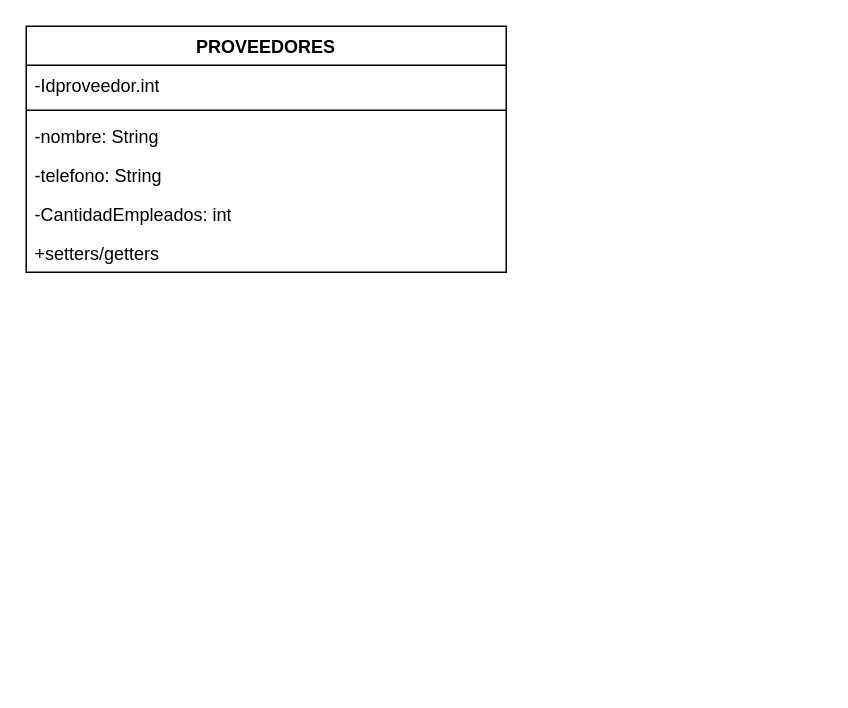
This is Diagrama sin título.drawio from Tzveta44/OctubreBuclesString, a draw.io file, before an edit. Source tidied: cells renumbered, new cells numbered last; positions are measured from the earlier drawing's top-left corner, leaving out a move shared by most shapes. Both pictures are drawn from the tidied source at 150%, with x=0, y=0 at pixel (26, 26).
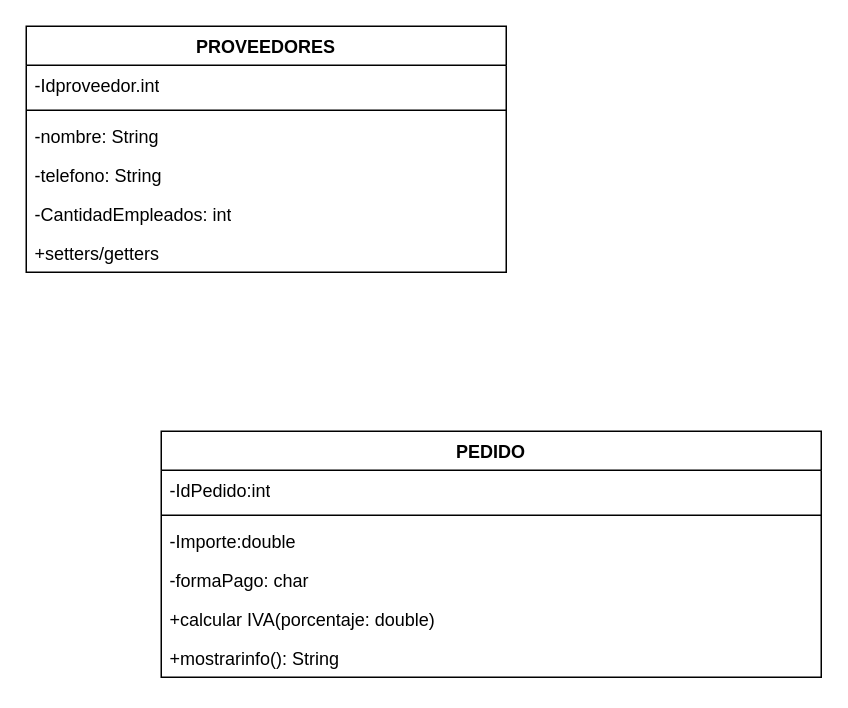
The same diagram, later.

What changed in the source:
```diff
@@
 <mxGraphModel>
   <root>
     <mxCell id="0" />
     <mxCell id="1" parent="0" />
     <mxCell id="2" value="PROVEEDORES" style="swimlane;fontStyle=1;align=center;verticalAlign=top;horizontal=1;startSize=26;whiteSpace=wrap;html=1;" parent="1" vertex="1">
       <mxGeometry width="320" height="164" as="geometry" />
     </mxCell>
     <mxCell id="3" value="-Idproveedor.int" style="text;strokeColor=none;fillColor=none;align=left;verticalAlign=top;spacingLeft=4;spacingRight=4;overflow=hidden;whiteSpace=wrap;html=1;" parent="2" vertex="1">
       <mxGeometry y="26" width="320" height="26" as="geometry" />
     </mxCell>
     <mxCell id="4" style="line;strokeWidth=1;fillColor=none;align=left;verticalAlign=middle;spacingTop=-1;spacingLeft=3;spacingRight=3;labelPosition=right;strokeColor=inherit;" parent="2" vertex="1">
       <mxGeometry y="52" width="320" height="8" as="geometry" />
     </mxCell>
     <mxCell id="5" value="-nombre: String&lt;br&gt;" style="text;strokeColor=none;fillColor=none;align=left;verticalAlign=top;spacingLeft=4;spacingRight=4;overflow=hidden;whiteSpace=wrap;html=1;" parent="2" vertex="1">
       <mxGeometry y="60" width="320" height="26" as="geometry" />
     </mxCell>
     <mxCell id="6" value="-telefono: String" style="text;strokeColor=none;fillColor=none;align=left;verticalAlign=top;spacingLeft=4;spacingRight=4;overflow=hidden;whiteSpace=wrap;html=1;" parent="2" vertex="1">
       <mxGeometry y="86" width="320" height="26" as="geometry" />
     </mxCell>
     <mxCell id="7" value="-CantidadEmpleados: int" style="text;strokeColor=none;fillColor=none;align=left;verticalAlign=top;spacingLeft=4;spacingRight=4;overflow=hidden;whiteSpace=wrap;html=1;" parent="2" vertex="1">
       <mxGeometry y="112" width="320" height="26" as="geometry" />
     </mxCell>
     <mxCell id="8" value="+setters/getters" style="text;strokeColor=none;fillColor=none;align=left;verticalAlign=top;spacingLeft=4;spacingRight=4;overflow=hidden;whiteSpace=wrap;html=1;" parent="2" vertex="1">
       <mxGeometry y="138" width="320" height="26" as="geometry" />
     </mxCell>
+    <mxCell id="9" value="PEDIDO" style="swimlane;fontStyle=1;align=center;verticalAlign=top;horizontal=1;startSize=26;whiteSpace=wrap;html=1;" parent="1" vertex="1">
+      <mxGeometry x="90" y="270" width="440" height="164" as="geometry" />
+    </mxCell>
+    <mxCell id="10" value="-IdPedido:int" style="text;strokeColor=none;fillColor=none;align=left;verticalAlign=top;spacingLeft=4;spacingRight=4;overflow=hidden;whiteSpace=wrap;html=1;" parent="9" vertex="1">
+      <mxGeometry y="26" width="440" height="26" as="geometry" />
+    </mxCell>
+    <mxCell id="11" style="line;strokeWidth=1;fillColor=none;align=left;verticalAlign=middle;spacingTop=-1;spacingLeft=3;spacingRight=3;labelPosition=right;strokeColor=inherit;" parent="9" vertex="1">
+      <mxGeometry y="52" width="440" height="8" as="geometry" />
+    </mxCell>
+    <mxCell id="12" value="-Importe:double" style="text;strokeColor=none;fillColor=none;align=left;verticalAlign=top;spacingLeft=4;spacingRight=4;overflow=hidden;whiteSpace=wrap;html=1;" parent="9" vertex="1">
+      <mxGeometry y="60" width="440" height="26" as="geometry" />
+    </mxCell>
+    <mxCell id="13" value="-formaPago: char" style="text;strokeColor=none;fillColor=none;align=left;verticalAlign=top;spacingLeft=4;spacingRight=4;overflow=hidden;whiteSpace=wrap;html=1;" parent="9" vertex="1">
+      <mxGeometry y="86" width="440" height="26" as="geometry" />
+    </mxCell>
+    <mxCell id="14" value="+calcular IVA(porcentaje: double)" style="text;strokeColor=none;fillColor=none;align=left;verticalAlign=top;spacingLeft=4;spacingRight=4;overflow=hidden;whiteSpace=wrap;html=1;" parent="9" vertex="1">
+      <mxGeometry y="112" width="440" height="26" as="geometry" />
+    </mxCell>
+    <mxCell id="15" value="+mostrarinfo(): String" style="text;strokeColor=none;fillColor=none;align=left;verticalAlign=top;spacingLeft=4;spacingRight=4;overflow=hidden;whiteSpace=wrap;html=1;" parent="9" vertex="1">
+      <mxGeometry y="138" width="440" height="26" as="geometry" />
+    </mxCell>
   </root>
 </mxGraphModel>
```
